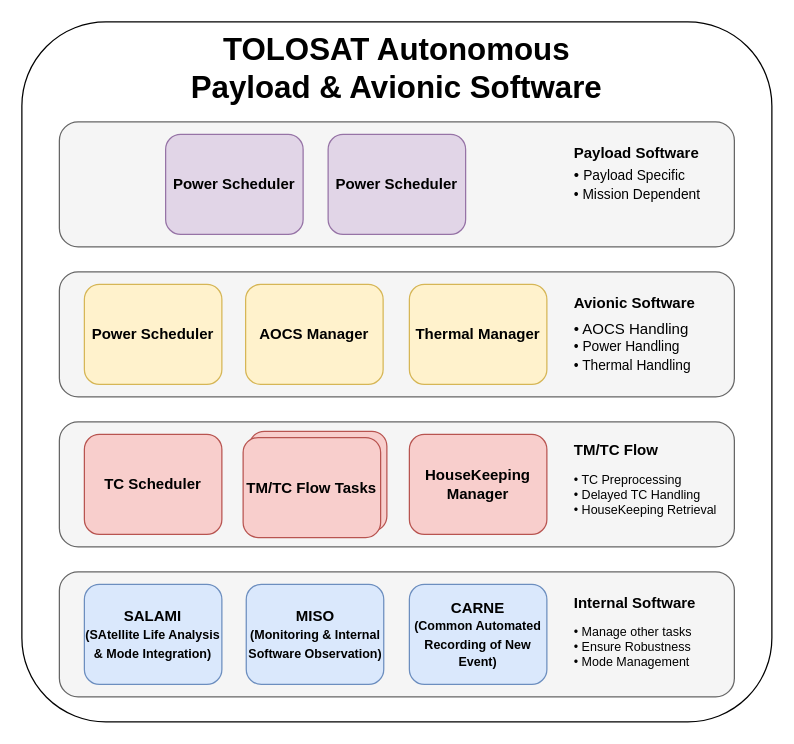
The draw.io diagram doc/images/Internal_Architecture_Graph_Simplified.drawio in TOLOSAT/flight-software, before the edit. Source tidied: cells renumbered, new cells numbered last; positions are measured from the earlier drawing's top-left corner, leaving out a move shared by most shapes. Both pictures are drawn from the tidied source at 125%, with x=0, y=0 at pixel (21, 21).
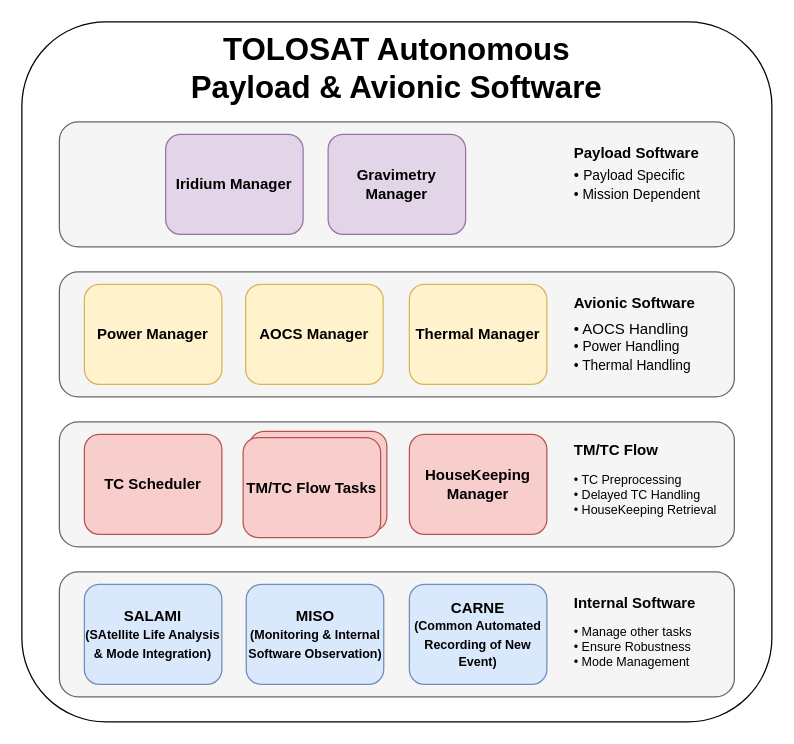
The same diagram, later.

Commit message (it also covers changes not shown here):
Correct errors in the simplified graph

The edit, as a diff of the source:
```diff
@@
-    <mxCell id="15" value="&lt;b&gt;Power Scheduler&lt;/b&gt;" style="rounded=1;whiteSpace=wrap;html=1;fillColor=#fff2cc;strokeColor=#d6b656;" parent="1" vertex="1">
+    <mxCell id="15" value="&lt;b&gt;Power Manager&lt;/b&gt;" style="rounded=1;whiteSpace=wrap;html=1;fillColor=#fff2cc;strokeColor=#d6b656;" parent="1" vertex="1">
       <mxGeometry x="50" y="210" width="110" height="80" as="geometry" />
     </mxCell>
@@
-    <mxCell id="18" value="&lt;b&gt;Power Scheduler&lt;/b&gt;" style="rounded=1;whiteSpace=wrap;html=1;fillColor=#e1d5e7;strokeColor=#9673a6;" parent="1" vertex="1">
+    <mxCell id="18" value="&lt;b&gt;Iridium Manager&lt;/b&gt;" style="rounded=1;whiteSpace=wrap;html=1;fillColor=#e1d5e7;strokeColor=#9673a6;" parent="1" vertex="1">
       <mxGeometry x="115" y="90" width="110" height="80" as="geometry" />
     </mxCell>
-    <mxCell id="19" value="&lt;b&gt;Power Scheduler&lt;/b&gt;" style="rounded=1;whiteSpace=wrap;html=1;fillColor=#e1d5e7;strokeColor=#9673a6;" parent="1" vertex="1">
+    <mxCell id="19" value="&lt;b&gt;Gravimetry Manager&lt;/b&gt;" style="rounded=1;whiteSpace=wrap;html=1;fillColor=#e1d5e7;strokeColor=#9673a6;" parent="1" vertex="1">
       <mxGeometry x="245" y="90" width="110" height="80" as="geometry" />
     </mxCell>
```
